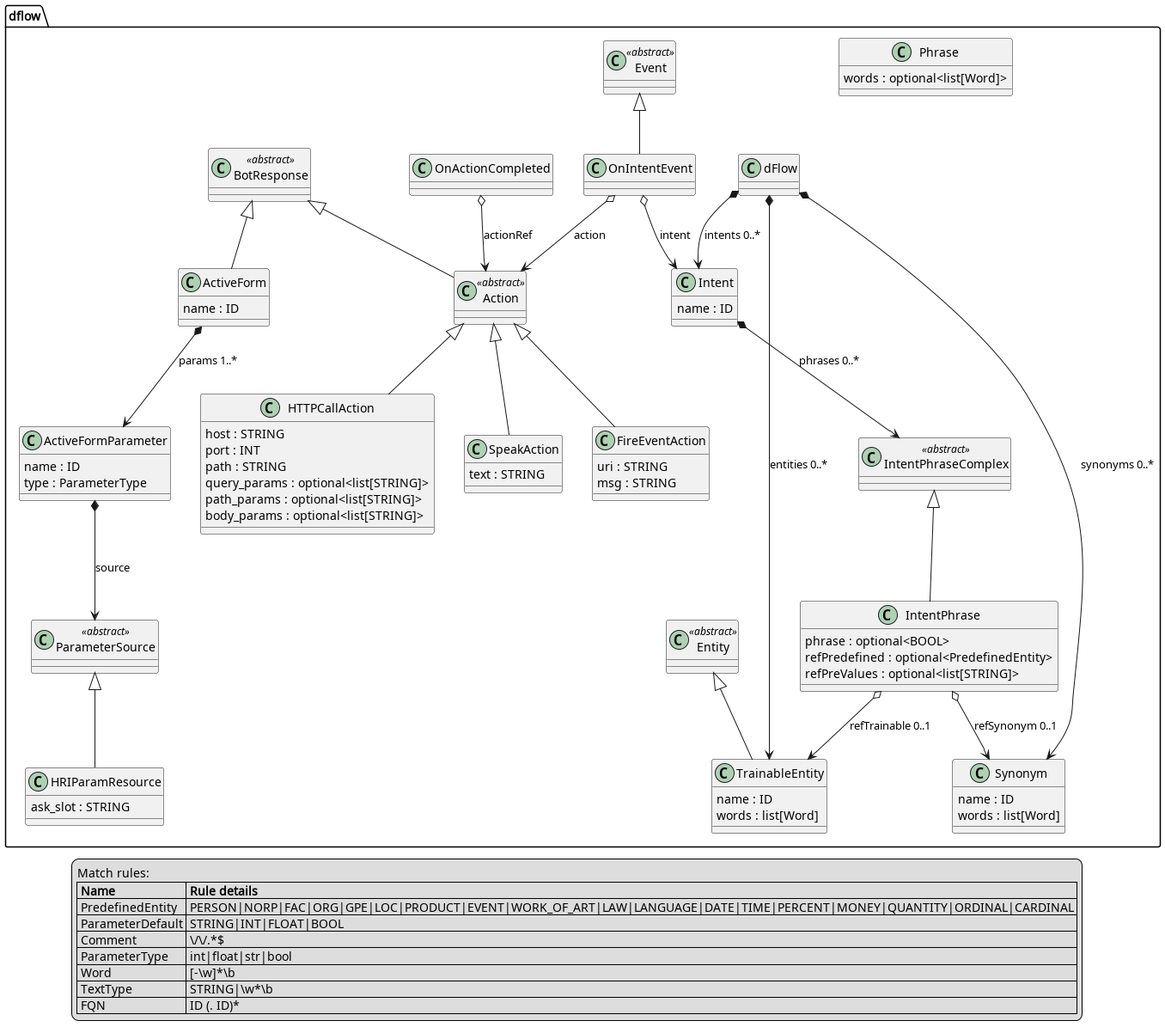
This is metamodel.png from robotics-4-all/dFlow, a PlantUML export, as it was before one commit. Source of this version:
```plantuml
@startuml
set namespaceSeparator .


class dflow.dFlow  {
}


class dflow.Entity <<abstract>> {
}


class dflow.TrainableEntity  {
  name : ID
  words : list[Word]
}


class dflow.Synonym  {
  name : ID
  words : list[Word]
}


class dflow.Intent  {
  name : ID
}


class dflow.IntentPhraseComplex <<abstract>> {
}


class dflow.IntentPhrase  {
  phrase : optional<BOOL>
  refPredefined : optional<PredefinedEntity>
  refPreValues : optional<list[STRING]>
}


class dflow.Phrase  {
  words : optional<list[Word]>
}


class dflow.Event <<abstract>> {
}


class dflow.OnIntentEvent  {
}


class dflow.OnActionCompleted  {
}


class dflow.BotResponse <<abstract>> {
}


class dflow.ActiveForm  {
  name : ID
}


class dflow.ActiveFormParameter  {
  name : ID
  type : ParameterType
}


class dflow.ParameterSource <<abstract>> {
}


class dflow.HRIParamResource  {
  ask_slot : STRING
}


class dflow.Action <<abstract>> {
}


class dflow.SpeakAction  {
  text : STRING
}


class dflow.FireEventAction  {
  uri : STRING
  msg : STRING
}


class dflow.HTTPCallAction  {
  host : STRING
  port : INT
  path : STRING
  query_params : optional<list[STRING]>
  path_params : optional<list[STRING]>
  body_params : optional<list[STRING]>
}


dflow.dFlow *--> dflow.TrainableEntity: entities 0..*
dflow.dFlow *--> dflow.Synonym: synonyms 0..*
dflow.dFlow *--> dflow.Intent: intents 0..*
dflow.Entity <|-- dflow.TrainableEntity
dflow.Intent *--> dflow.IntentPhraseComplex: phrases 0..*
dflow.IntentPhraseComplex <|-- dflow.IntentPhrase
dflow.IntentPhrase o--> dflow.TrainableEntity: refTrainable 0..1
dflow.IntentPhrase o--> dflow.Synonym: refSynonym 0..1
dflow.Event <|-- dflow.OnIntentEvent
dflow.OnIntentEvent o--> dflow.Intent: intent
dflow.OnIntentEvent o--> dflow.Action: action
dflow.OnActionCompleted o--> dflow.Action: actionRef
dflow.BotResponse <|-- dflow.Action
dflow.BotResponse <|-- dflow.ActiveForm
dflow.ActiveForm *--> dflow.ActiveFormParameter: params 1..*
dflow.ActiveFormParameter *--> dflow.ParameterSource: source
dflow.ParameterSource <|-- dflow.HRIParamResource
dflow.Action <|-- dflow.SpeakAction
dflow.Action <|-- dflow.FireEventAction
dflow.Action <|-- dflow.HTTPCallAction

legend
  Match rules:
  |= Name  |= Rule details |
  | PredefinedEntity | PERSON\|NORP\|FAC\|ORG\|GPE\|LOC\|PRODUCT\|EVENT\|WORK_OF_ART\|LAW\|LANGUAGE\|DATE\|TIME\|PERCENT\|MONEY\|QUANTITY\|ORDINAL\|CARDINAL |
  | ParameterDefault | STRING\|INT\|FLOAT\|BOOL |
  | Comment | \\/\\/.*$ |
  | ParameterType | int\|float\|str\|bool |
  | Word | [-\\w]*\\b |
  | TextType | STRING\|\\w*\\b |
  | FQN | ID (. ID)* |
end legend

@enduml
```
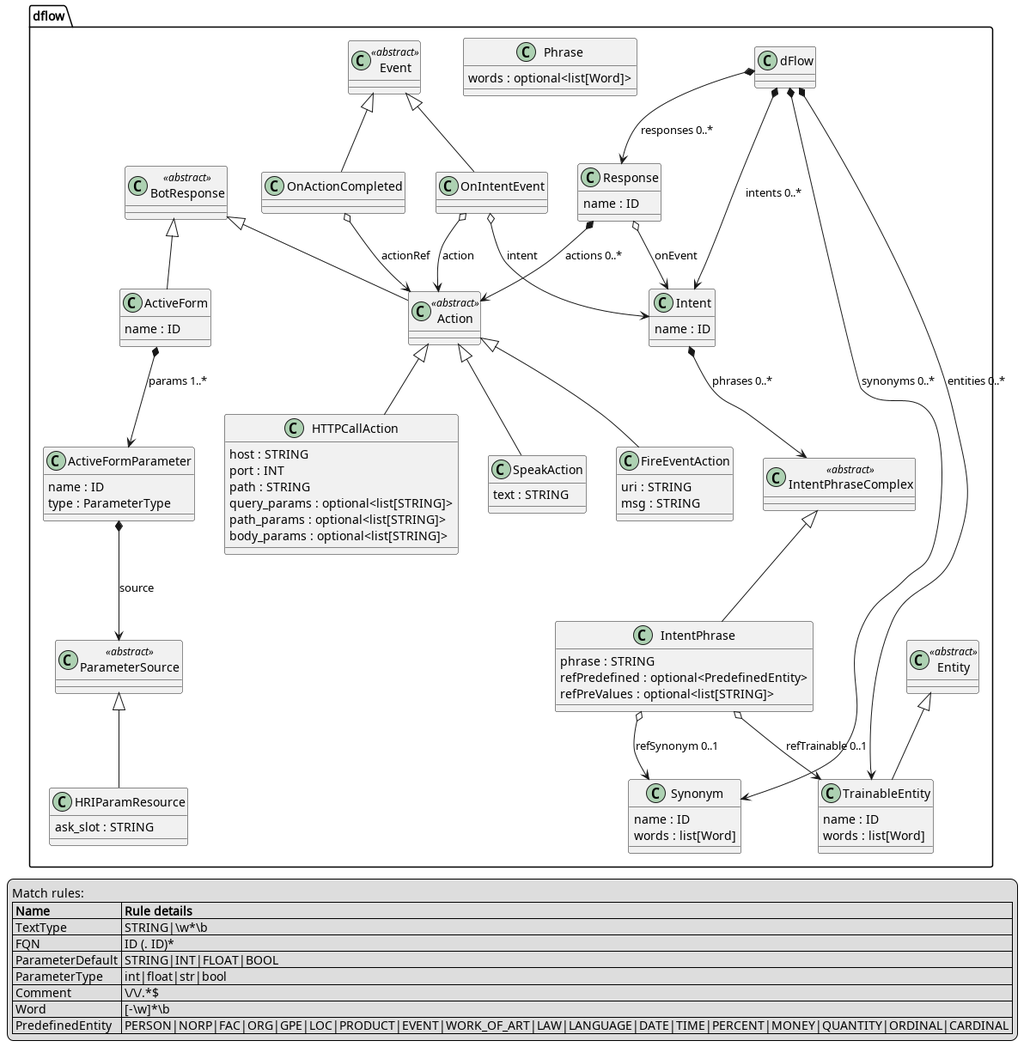
Above is the later version.

Commit message:
Updates metamodel figure

Diff of the diagram source:
```diff
@@ -32,7 +32,7 @@
 
 
 class dflow.IntentPhrase  {
-  phrase : optional<BOOL>
+  phrase : STRING
   refPredefined : optional<PredefinedEntity>
   refPreValues : optional<list[STRING]>
 }
@@ -40,6 +40,11 @@
 
 class dflow.Phrase  {
   words : optional<list[Word]>
+}
+
+
+class dflow.Response  {
+  name : ID
 }
 
 
@@ -107,12 +112,16 @@
 dflow.dFlow *--> dflow.TrainableEntity: entities 0..*
 dflow.dFlow *--> dflow.Synonym: synonyms 0..*
 dflow.dFlow *--> dflow.Intent: intents 0..*
+dflow.dFlow *--> dflow.Response: responses 0..*
 dflow.Entity <|-- dflow.TrainableEntity
 dflow.Intent *--> dflow.IntentPhraseComplex: phrases 0..*
 dflow.IntentPhraseComplex <|-- dflow.IntentPhrase
 dflow.IntentPhrase o--> dflow.TrainableEntity: refTrainable 0..1
 dflow.IntentPhrase o--> dflow.Synonym: refSynonym 0..1
+dflow.Response o--> dflow.Intent: onEvent
+dflow.Response *--> dflow.Action: actions 0..*
 dflow.Event <|-- dflow.OnIntentEvent
+dflow.Event <|-- dflow.OnActionCompleted
 dflow.OnIntentEvent o--> dflow.Intent: intent
 dflow.OnIntentEvent o--> dflow.Action: action
 dflow.OnActionCompleted o--> dflow.Action: actionRef
@@ -128,13 +137,13 @@
 legend
   Match rules:
   |= Name  |= Rule details |
-  | PredefinedEntity | PERSON\|NORP\|FAC\|ORG\|GPE\|LOC\|PRODUCT\|EVENT\|WORK_OF_ART\|LAW\|LANGUAGE\|DATE\|TIME\|PERCENT\|MONEY\|QUANTITY\|ORDINAL\|CARDINAL |
-  | ParameterDefault | STRING\|INT\|FLOAT\|BOOL |
-  | Comment | \\/\\/.*$ |
-  | ParameterType | int\|float\|str\|bool |
-  | Word | [-\\w]*\\b |
   | TextType | STRING\|\\w*\\b |
   | FQN | ID (. ID)* |
+  | ParameterDefault | STRING\|INT\|FLOAT\|BOOL |
+  | ParameterType | int\|float\|str\|bool |
+  | Comment | \\/\\/.*$ |
+  | Word | [-\\w]*\\b |
+  | PredefinedEntity | PERSON\|NORP\|FAC\|ORG\|GPE\|LOC\|PRODUCT\|EVENT\|WORK_OF_ART\|LAW\|LANGUAGE\|DATE\|TIME\|PERCENT\|MONEY\|QUANTITY\|ORDINAL\|CARDINAL |
 end legend
 
 @enduml
```
